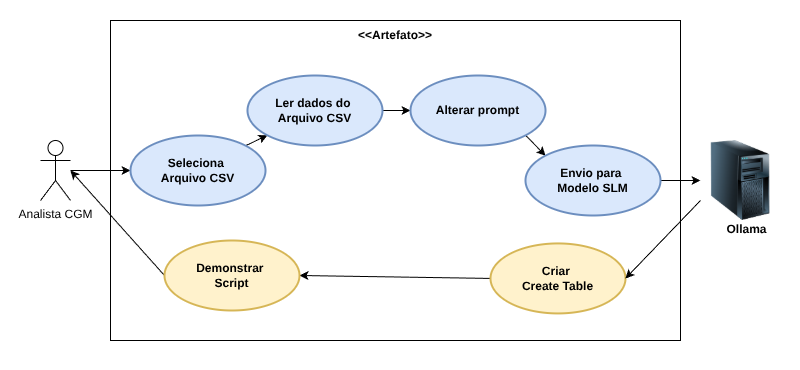
Above: docs/caso_uso_02.png in rafaelfreitaslima29/siconv_valida (draw.io), before the change. Source tidied: cells renumbered, new cells last; positions are measured from the earlier drawing's top-left corner, leaving out a move shared by most shapes. Its diagram source:
```xml
<mxGraphModel>
  <root>
    <mxCell id="0" />
    <mxCell id="1" parent="0" />
    <mxCell id="2" style="rounded=0;whiteSpace=wrap;html=1;strokeColor=none;" parent="1" vertex="1">
      <mxGeometry width="800" height="370" as="geometry" />
    </mxCell>
    <mxCell id="3" style="rounded=0;whiteSpace=wrap;html=1;strokeColor=default;" parent="1" vertex="1">
      <mxGeometry x="110" y="20" width="570" height="320" as="geometry" />
    </mxCell>
    <mxCell id="4" value="&lt;b&gt;&amp;lt;&amp;lt;Artefato&amp;gt;&amp;gt;&lt;/b&gt;" style="text;html=1;align=center;verticalAlign=middle;whiteSpace=wrap;rounded=0;" parent="1" vertex="1">
      <mxGeometry x="110" y="20" width="570" height="30" as="geometry" />
    </mxCell>
    <mxCell id="5" style="edgeStyle=none;html=1;entryX=0;entryY=0.5;entryDx=0;entryDy=0;" parent="1" edge="1" source="6" target="8">
      <mxGeometry relative="1" as="geometry" />
    </mxCell>
    <mxCell id="6" value="Analista CGM" style="shape=umlActor;verticalLabelPosition=bottom;verticalAlign=top;html=1;" parent="1" vertex="1">
      <mxGeometry x="40" y="140" width="30" height="60" as="geometry" />
    </mxCell>
    <mxCell id="7" style="edgeStyle=none;html=1;exitX=1;exitY=0;exitDx=0;exitDy=0;entryX=0;entryY=1;entryDx=0;entryDy=0;" parent="1" edge="1" source="8" target="15">
      <mxGeometry relative="1" as="geometry" />
    </mxCell>
    <mxCell id="8" value="&lt;b&gt;Seleciona&amp;nbsp;&lt;/b&gt;&lt;div&gt;&lt;b&gt;Arquivo CSV&lt;/b&gt;&lt;/div&gt;" style="ellipse;whiteSpace=wrap;html=1;strokeWidth=2;fillColor=#dae8fc;strokeColor=#6c8ebf;" parent="1" vertex="1">
      <mxGeometry x="130" y="135" width="135" height="70" as="geometry" />
    </mxCell>
    <mxCell id="9" style="edgeStyle=none;html=1;exitX=0;exitY=0.5;exitDx=0;exitDy=0;entryX=1;entryY=0.5;entryDx=0;entryDy=0;" parent="1" edge="1" source="10" target="12">
      <mxGeometry relative="1" as="geometry" />
    </mxCell>
    <mxCell id="10" value="&lt;b&gt;Criar&amp;nbsp;&lt;/b&gt;&lt;div&gt;&lt;b&gt;Create Table&lt;/b&gt;&lt;/div&gt;" style="ellipse;whiteSpace=wrap;html=1;strokeWidth=2;fillColor=#fff2cc;strokeColor=#d6b656;" parent="1" vertex="1">
      <mxGeometry x="490" y="242.9" width="135" height="70" as="geometry" />
    </mxCell>
    <mxCell id="11" style="edgeStyle=none;html=1;exitX=0;exitY=0.5;exitDx=0;exitDy=0;" parent="1" edge="1" source="12">
      <mxGeometry relative="1" as="geometry">
        <mxPoint x="70" y="170" as="targetPoint" />
      </mxGeometry>
    </mxCell>
    <mxCell id="12" value="&lt;b&gt;Demonstrar&amp;nbsp;&lt;/b&gt;&lt;div&gt;&lt;b&gt;Script&lt;/b&gt;&lt;/div&gt;" style="ellipse;whiteSpace=wrap;html=1;strokeWidth=2;fillColor=#fff2cc;strokeColor=#d6b656;" parent="1" vertex="1">
      <mxGeometry x="164" y="240" width="135" height="70" as="geometry" />
    </mxCell>
    <mxCell id="13" value="&lt;b&gt;Ollama&lt;/b&gt;" style="text;html=1;align=center;verticalAlign=middle;whiteSpace=wrap;rounded=0;" parent="1" vertex="1">
      <mxGeometry x="700" y="215.1" width="92.9" height="27.9" as="geometry" />
    </mxCell>
    <mxCell id="14" style="edgeStyle=none;html=1;exitX=1;exitY=0.5;exitDx=0;exitDy=0;entryX=0;entryY=0.5;entryDx=0;entryDy=0;" parent="1" edge="1" source="15" target="17">
      <mxGeometry relative="1" as="geometry" />
    </mxCell>
    <mxCell id="15" value="&lt;b&gt;Ler dados do&amp;nbsp;&lt;/b&gt;&lt;div&gt;&lt;b&gt;Arquivo CSV&lt;/b&gt;&lt;/div&gt;" style="ellipse;whiteSpace=wrap;html=1;strokeWidth=2;fillColor=#dae8fc;strokeColor=#6c8ebf;" parent="1" vertex="1">
      <mxGeometry x="247" y="75" width="135" height="70" as="geometry" />
    </mxCell>
    <mxCell id="16" style="edgeStyle=none;html=1;exitX=1;exitY=1;exitDx=0;exitDy=0;entryX=0;entryY=0;entryDx=0;entryDy=0;" parent="1" edge="1" source="17" target="19">
      <mxGeometry relative="1" as="geometry" />
    </mxCell>
    <mxCell id="17" value="&lt;b&gt;Alterar prompt&lt;/b&gt;" style="ellipse;whiteSpace=wrap;html=1;strokeWidth=2;fillColor=#dae8fc;strokeColor=#6c8ebf;" parent="1" vertex="1">
      <mxGeometry x="410" y="75" width="135" height="70" as="geometry" />
    </mxCell>
    <mxCell id="18" style="edgeStyle=none;html=1;exitX=1;exitY=0.5;exitDx=0;exitDy=0;entryX=0;entryY=0.5;entryDx=0;entryDy=0;" parent="1" edge="1" source="19" target="21">
      <mxGeometry relative="1" as="geometry" />
    </mxCell>
    <mxCell id="19" value="&lt;b&gt;Envio para&amp;nbsp;&lt;/b&gt;&lt;div&gt;&lt;b&gt;Modelo SLM&lt;/b&gt;&lt;/div&gt;" style="ellipse;whiteSpace=wrap;html=1;strokeWidth=2;fillColor=#dae8fc;strokeColor=#6c8ebf;" parent="1" vertex="1">
      <mxGeometry x="525" y="145" width="135" height="70" as="geometry" />
    </mxCell>
    <mxCell id="20" style="edgeStyle=none;html=1;exitX=0;exitY=0.75;exitDx=0;exitDy=0;entryX=1;entryY=0.5;entryDx=0;entryDy=0;" parent="1" edge="1" source="21" target="10">
      <mxGeometry relative="1" as="geometry" />
    </mxCell>
    <mxCell id="21" style="image;html=1;image=img/lib/clip_art/computers/Server_Tower_128x128.png;" parent="1" vertex="1">
      <mxGeometry x="700" y="140" width="80" height="80" as="geometry" />
    </mxCell>
  </root>
</mxGraphModel>
```
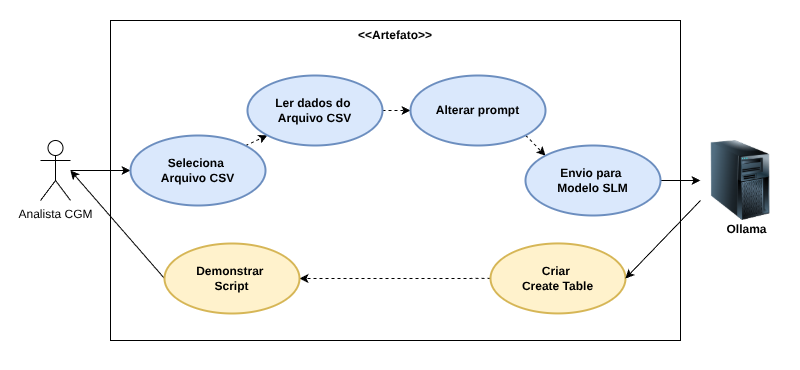
The same diagram one commit later.

Commit message:
atualização do diagrama caso de uso 2

Diff of the diagram source:
```diff
@@ -17,13 +17,13 @@
     <mxCell id="6" value="Analista CGM" style="shape=umlActor;verticalLabelPosition=bottom;verticalAlign=top;html=1;" parent="1" vertex="1">
       <mxGeometry x="40" y="140" width="30" height="60" as="geometry" />
     </mxCell>
-    <mxCell id="7" style="edgeStyle=none;html=1;exitX=1;exitY=0;exitDx=0;exitDy=0;entryX=0;entryY=1;entryDx=0;entryDy=0;" parent="1" edge="1" source="8" target="15">
+    <mxCell id="7" style="edgeStyle=none;html=1;exitX=1;exitY=0;exitDx=0;exitDy=0;entryX=0;entryY=1;entryDx=0;entryDy=0;dashed=1;" parent="1" edge="1" source="8" target="15">
       <mxGeometry relative="1" as="geometry" />
     </mxCell>
     <mxCell id="8" value="&lt;b&gt;Seleciona&amp;nbsp;&lt;/b&gt;&lt;div&gt;&lt;b&gt;Arquivo CSV&lt;/b&gt;&lt;/div&gt;" style="ellipse;whiteSpace=wrap;html=1;strokeWidth=2;fillColor=#dae8fc;strokeColor=#6c8ebf;" parent="1" vertex="1">
       <mxGeometry x="130" y="135" width="135" height="70" as="geometry" />
     </mxCell>
-    <mxCell id="9" style="edgeStyle=none;html=1;exitX=0;exitY=0.5;exitDx=0;exitDy=0;entryX=1;entryY=0.5;entryDx=0;entryDy=0;" parent="1" edge="1" source="10" target="12">
+    <mxCell id="9" style="edgeStyle=none;html=1;exitX=0;exitY=0.5;exitDx=0;exitDy=0;entryX=1;entryY=0.5;entryDx=0;entryDy=0;dashed=1;" parent="1" edge="1" source="10" target="12">
       <mxGeometry relative="1" as="geometry" />
     </mxCell>
     <mxCell id="10" value="&lt;b&gt;Criar&amp;nbsp;&lt;/b&gt;&lt;div&gt;&lt;b&gt;Create Table&lt;/b&gt;&lt;/div&gt;" style="ellipse;whiteSpace=wrap;html=1;strokeWidth=2;fillColor=#fff2cc;strokeColor=#d6b656;" parent="1" vertex="1">
@@ -35,18 +35,18 @@
       </mxGeometry>
     </mxCell>
     <mxCell id="12" value="&lt;b&gt;Demonstrar&amp;nbsp;&lt;/b&gt;&lt;div&gt;&lt;b&gt;Script&lt;/b&gt;&lt;/div&gt;" style="ellipse;whiteSpace=wrap;html=1;strokeWidth=2;fillColor=#fff2cc;strokeColor=#d6b656;" parent="1" vertex="1">
-      <mxGeometry x="164" y="240" width="135" height="70" as="geometry" />
+      <mxGeometry x="164" y="243" width="135" height="70" as="geometry" />
     </mxCell>
     <mxCell id="13" value="&lt;b&gt;Ollama&lt;/b&gt;" style="text;html=1;align=center;verticalAlign=middle;whiteSpace=wrap;rounded=0;" parent="1" vertex="1">
       <mxGeometry x="700" y="215.1" width="92.9" height="27.9" as="geometry" />
     </mxCell>
-    <mxCell id="14" style="edgeStyle=none;html=1;exitX=1;exitY=0.5;exitDx=0;exitDy=0;entryX=0;entryY=0.5;entryDx=0;entryDy=0;" parent="1" edge="1" source="15" target="17">
+    <mxCell id="14" style="edgeStyle=none;html=1;exitX=1;exitY=0.5;exitDx=0;exitDy=0;entryX=0;entryY=0.5;entryDx=0;entryDy=0;dashed=1;" parent="1" edge="1" source="15" target="17">
       <mxGeometry relative="1" as="geometry" />
     </mxCell>
     <mxCell id="15" value="&lt;b&gt;Ler dados do&amp;nbsp;&lt;/b&gt;&lt;div&gt;&lt;b&gt;Arquivo CSV&lt;/b&gt;&lt;/div&gt;" style="ellipse;whiteSpace=wrap;html=1;strokeWidth=2;fillColor=#dae8fc;strokeColor=#6c8ebf;" parent="1" vertex="1">
       <mxGeometry x="247" y="75" width="135" height="70" as="geometry" />
     </mxCell>
-    <mxCell id="16" style="edgeStyle=none;html=1;exitX=1;exitY=1;exitDx=0;exitDy=0;entryX=0;entryY=0;entryDx=0;entryDy=0;" parent="1" edge="1" source="17" target="19">
+    <mxCell id="16" style="edgeStyle=none;html=1;exitX=1;exitY=1;exitDx=0;exitDy=0;entryX=0;entryY=0;entryDx=0;entryDy=0;dashed=1;" parent="1" edge="1" source="17" target="19">
       <mxGeometry relative="1" as="geometry" />
     </mxCell>
     <mxCell id="17" value="&lt;b&gt;Alterar prompt&lt;/b&gt;" style="ellipse;whiteSpace=wrap;html=1;strokeWidth=2;fillColor=#dae8fc;strokeColor=#6c8ebf;" parent="1" vertex="1">
```
